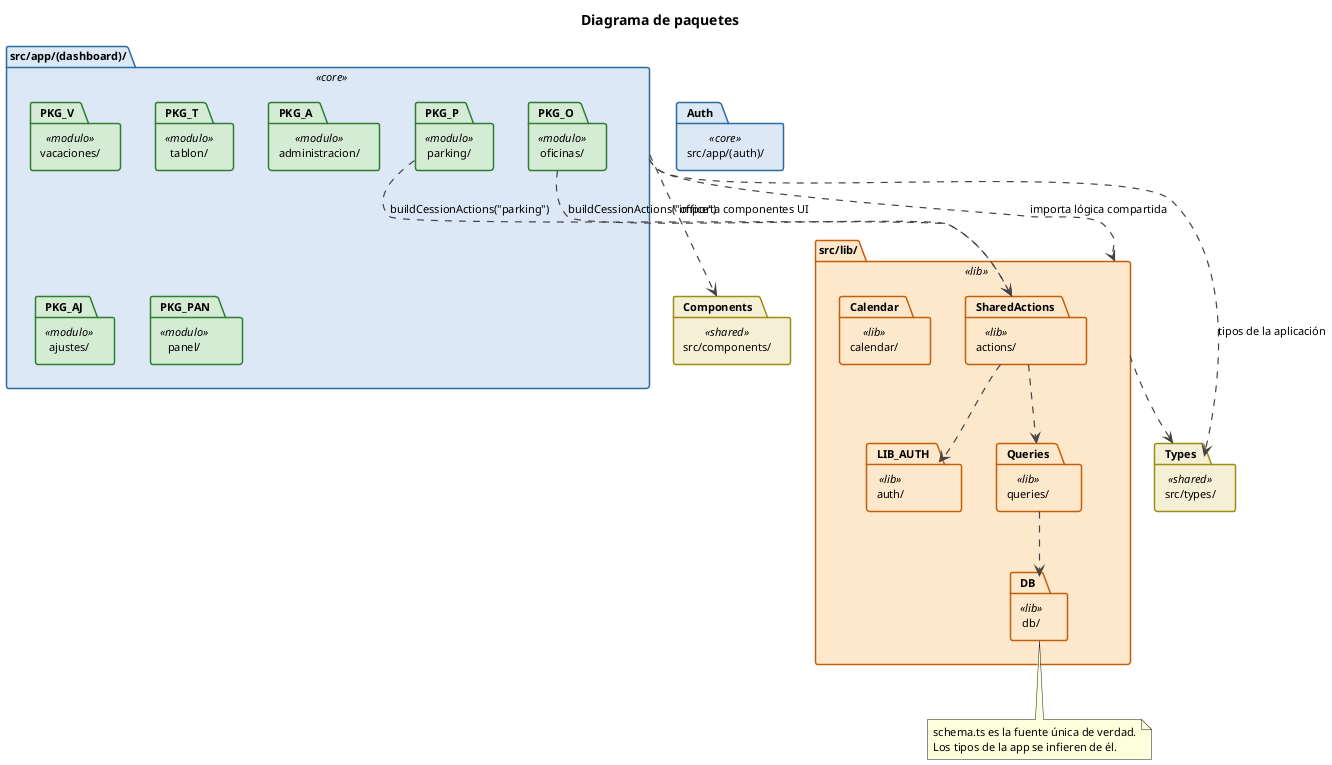
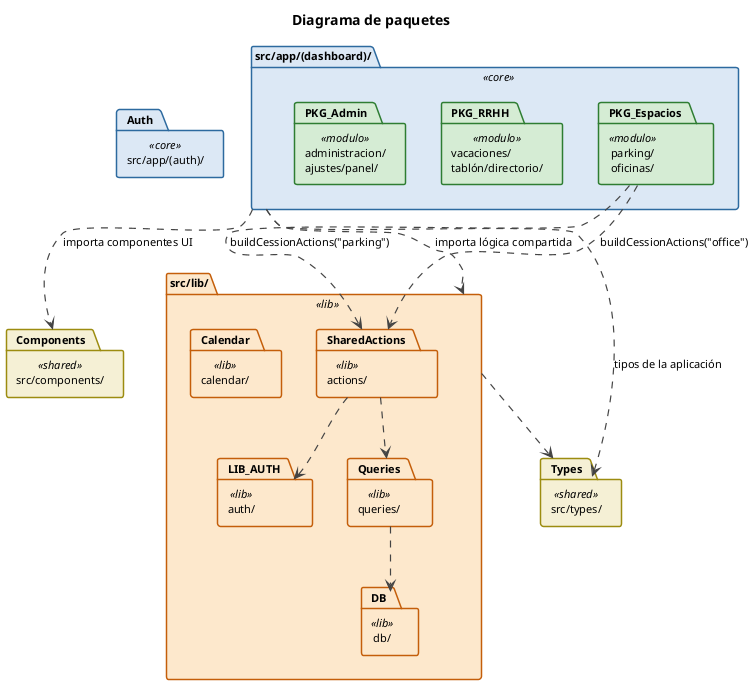
@startuml paquetes

skinparam defaultFontName Arial
skinparam defaultFontSize 11
skinparam packageBorderThickness 1.5
skinparam arrowThickness 1.2
skinparam arrowColor #444444
skinparam backgroundColor #FFFFFF

skinparam package {
  BackgroundColor<<modulo>>  #d5ecd4
  BorderColor<<modulo>>      #2e7d32
  BackgroundColor<<lib>>     #fde8cc
  BorderColor<<lib>>         #c45e0a
  BackgroundColor<<core>>    #dce8f5
  BorderColor<<core>>        #2d6a9f
  BackgroundColor<<shared>>  #f5f0d5
  BorderColor<<shared>>      #9c8c10
}

title Diagrama de paquetes

package "src/app/(auth)/" <<core>> as Auth

package "src/app/(dashboard)/" <<core>> as Dashboard {
-   package "parking/" <<modulo>> as PKG_P
-   package "oficinas/" <<modulo>> as PKG_O
-   package "vacaciones/" <<modulo>> as PKG_V
-   package "tablon/" <<modulo>> as PKG_T
-   package "administracion/" <<modulo>> as PKG_A
-   package "ajustes/" <<modulo>> as PKG_AJ
-   package "panel/" <<modulo>> as PKG_PAN
+   package "parking/\noficinas/" <<modulo>> as PKG_Espacios
+   package "vacaciones/\ntablón/directorio/" <<modulo>> as PKG_RRHH
+   package "administracion/\najustes/panel/" <<modulo>> as PKG_Admin
}

package "src/lib/" <<lib>> as Lib {
  package "db/" <<lib>> as DB
  package "auth/" <<lib>> as LIB_AUTH
  package "queries/" <<lib>> as Queries
  package "actions/" <<lib>> as SharedActions
  package "calendar/" <<lib>> as Calendar
}

package "src/components/" <<shared>> as Components
package "src/types/" <<shared>> as Types

- ' ── Dependencias ─────────────────────────────────────────────
+ ' ── Dependencias ─────────────────────────────────────────────────────────────
Dashboard  ..> Lib        : importa lógica compartida
Dashboard  ..> Components : importa componentes UI
Dashboard  ..> Types      : tipos de la aplicación

- PKG_P  ..> SharedActions  : buildCessionActions("parking")
- PKG_O  ..> SharedActions  : buildCessionActions("office")
+ PKG_Espacios  ..> SharedActions  : buildCessionActions("parking")
+ PKG_Espacios  ..> SharedActions  : buildCessionActions("office")

SharedActions ..> Queries
SharedActions ..> LIB_AUTH
Queries       ..> DB
Lib           ..> Types

- note bottom of DB
-   schema.ts es la fuente única de verdad.
-   Los tipos de la app se infieren de él.
- end note
- 
@enduml
